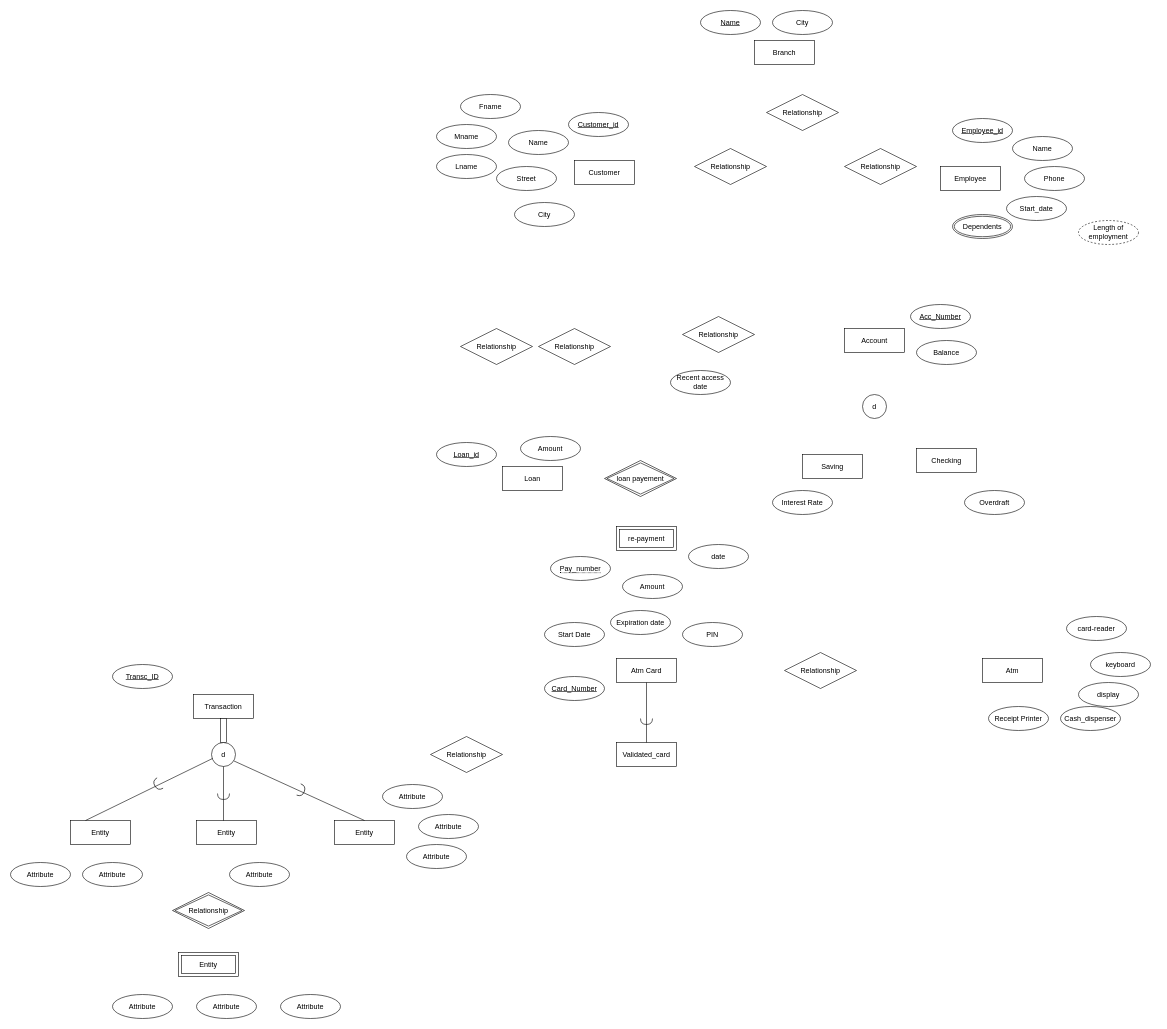
The draw.io diagram Lab3.drawio in MuhammadIrfan92/Database-Engineering-Semester-7, before the edit. Source tidied: cells renumbered, new cells numbered last; positions are measured from the earlier drawing's top-left corner, leaving out a move shared by most shapes. Both pictures are drawn from the tidied source at 60%, with x=0, y=0 at pixel (10, 10).
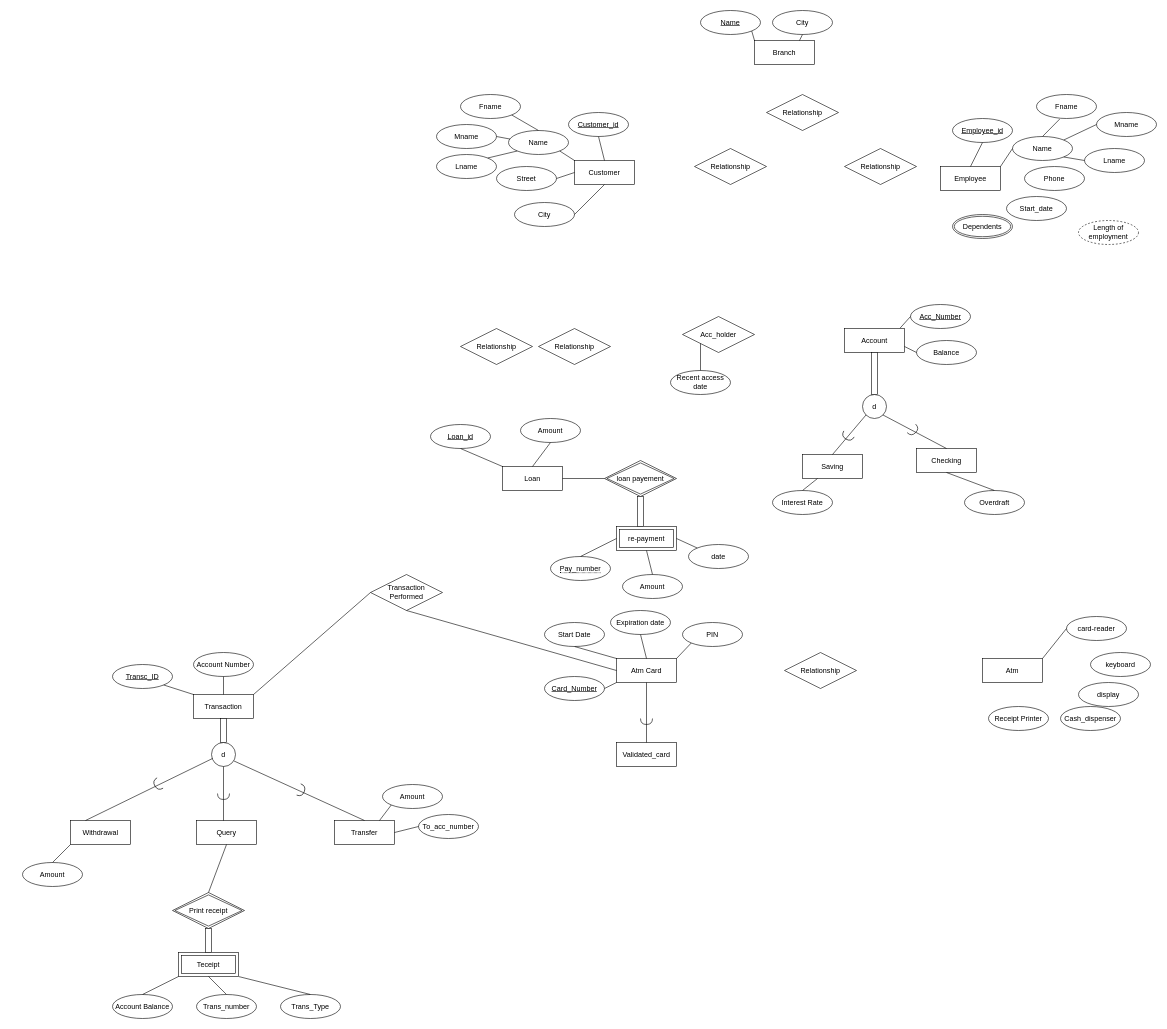
After the change.

Unchanged cells that the change refers to:
```xml
<mxCell id="2" value="Branch" style="whiteSpace=wrap;html=1;align=center;" parent="1" vertex="1">
<mxCell id="3" value="Name" style="ellipse;whiteSpace=wrap;html=1;align=center;fontStyle=4;" parent="1" vertex="1">
<mxCell id="4" value="City" style="ellipse;whiteSpace=wrap;html=1;align=center;" parent="1" vertex="1">
<mxCell id="5" value="Customer" style="whiteSpace=wrap;html=1;align=center;" parent="1" vertex="1">
<mxCell id="6" value="Customer_id" style="ellipse;whiteSpace=wrap;html=1;align=center;fontStyle=4;" parent="1" vertex="1">
<mxCell id="7" value="Name" style="ellipse;whiteSpace=wrap;html=1;align=center;" parent="1" vertex="1">
<mxCell id="8" value="Street" style="ellipse;whiteSpace=wrap;html=1;align=center;" parent="1" vertex="1">
<mxCell id="9" value="City" style="ellipse;whiteSpace=wrap;html=1;align=center;" parent="1" vertex="1">
<mxCell id="10" value="Employee" style="whiteSpace=wrap;html=1;align=center;" parent="1" vertex="1">
<mxCell id="11" value="Name" style="ellipse;whiteSpace=wrap;html=1;align=center;" parent="1" vertex="1">
<mxCell id="12" value="Employee_id" style="ellipse;whiteSpace=wrap;html=1;align=center;fontStyle=4;" parent="1" vertex="1">
<mxCell id="16" value="Account" style="whiteSpace=wrap;html=1;align=center;" parent="1" vertex="1">
<mxCell id="17" value="Balance" style="ellipse;whiteSpace=wrap;html=1;align=center;" parent="1" vertex="1">
<mxCell id="18" value="Acc_Number" style="ellipse;whiteSpace=wrap;html=1;align=center;fontStyle=4;" parent="1" vertex="1">
<mxCell id="19" style="ellipse;whiteSpace=wrap;html=1;" parent="1" vertex="1">
<mxCell id="20" value="Checking" style="whiteSpace=wrap;html=1;align=center;" parent="1" vertex="1">
<mxCell id="21" value="Saving" style="whiteSpace=wrap;html=1;align=center;" parent="1" vertex="1">
<mxCell id="22" value="Overdraft" style="ellipse;whiteSpace=wrap;html=1;align=center;" parent="1" vertex="1">
<mxCell id="23" value="Interest Rate" style="ellipse;whiteSpace=wrap;html=1;align=center;" parent="1" vertex="1">
<mxCell id="25" value="Recent access date" style="ellipse;whiteSpace=wrap;html=1;align=center;" parent="1" vertex="1">
<mxCell id="31" value="Loan" style="whiteSpace=wrap;html=1;align=center;" parent="1" vertex="1">
<mxCell id="34" value="loan payement" style="shape=rhombus;double=1;perimeter=rhombusPerimeter;whiteSpace=wrap;html=1;align=center;" parent="1" vertex="1">
<mxCell id="35" value="re-payment" style="shape=ext;margin=3;double=1;whiteSpace=wrap;html=1;align=center;" parent="1" vertex="1">
<mxCell id="36" value="date" style="ellipse;whiteSpace=wrap;html=1;align=center;" parent="1" vertex="1">
<mxCell id="37" value="Amount" style="ellipse;whiteSpace=wrap;html=1;align=center;" parent="1" vertex="1">
<mxCell id="38" value="&lt;span style=&quot;border-bottom: 1px dotted&quot;&gt;Pay_number&lt;/span&gt;" style="ellipse;whiteSpace=wrap;html=1;align=center;" parent="1" vertex="1">
<mxCell id="39" value="Atm" style="whiteSpace=wrap;html=1;align=center;" parent="1" vertex="1">
<mxCell id="40" value="card-reader" style="ellipse;whiteSpace=wrap;html=1;align=center;" parent="1" vertex="1">
<mxCell id="45" value="Atm Card" style="whiteSpace=wrap;html=1;align=center;" parent="1" vertex="1">
<mxCell id="46" value="PIN" style="ellipse;whiteSpace=wrap;html=1;align=center;" parent="1" vertex="1">
<mxCell id="47" value="Expiration date" style="ellipse;whiteSpace=wrap;html=1;align=center;" parent="1" vertex="1">
<mxCell id="48" value="Start Date" style="ellipse;whiteSpace=wrap;html=1;align=center;" parent="1" vertex="1">
<mxCell id="49" value="Card_Number" style="ellipse;whiteSpace=wrap;html=1;align=center;fontStyle=4;" parent="1" vertex="1">
<mxCell id="53" value="Transaction" style="whiteSpace=wrap;html=1;align=center;" parent="1" vertex="1">
<mxCell id="55" value="Transc_ID" style="ellipse;whiteSpace=wrap;html=1;align=center;fontStyle=4;" parent="1" vertex="1">
<mxCell id="70" value="Lname" style="ellipse;whiteSpace=wrap;html=1;align=center;" parent="1" vertex="1">
<mxCell id="71" value="Mname" style="ellipse;whiteSpace=wrap;html=1;align=center;" parent="1" vertex="1">
<mxCell id="72" value="Fname" style="ellipse;whiteSpace=wrap;html=1;align=center;" parent="1" vertex="1">
```

Change to the diagram source:
```diff
@@
-    <mxCell id="24" value="Relationship" style="shape=rhombus;perimeter=rhombusPerimeter;whiteSpace=wrap;html=1;align=center;" parent="1" vertex="1">
+    <mxCell id="24" value="Acc_holder" style="shape=rhombus;perimeter=rhombusPerimeter;whiteSpace=wrap;html=1;align=center;" parent="1" vertex="1">
       <mxGeometry x="1120" y="510" width="120" height="60" as="geometry" />
     </mxCell>
@@
     <mxCell id="32" value="Loan_id" style="ellipse;whiteSpace=wrap;html=1;align=center;fontStyle=4;" parent="1" vertex="1">
-      <mxGeometry x="710" y="720" width="100" height="40" as="geometry" />
+      <mxGeometry x="700" y="690" width="100" height="40" as="geometry" />
     </mxCell>
     <mxCell id="33" value="Amount" style="ellipse;whiteSpace=wrap;html=1;align=center;" parent="1" vertex="1">
-      <mxGeometry x="850" y="710" width="100" height="40" as="geometry" />
+      <mxGeometry x="850" y="680" width="100" height="40" as="geometry" />
     </mxCell>
@@
-    <mxCell id="52" value="Relationship" style="shape=rhombus;perimeter=rhombusPerimeter;whiteSpace=wrap;html=1;align=center;" parent="1" vertex="1">
-      <mxGeometry x="700" y="1210" width="120" height="60" as="geometry" />
+    <mxCell id="52" value="Transaction&lt;br&gt;Performed" style="shape=rhombus;perimeter=rhombusPerimeter;whiteSpace=wrap;html=1;align=center;" parent="1" vertex="1">
+      <mxGeometry x="600" y="940" width="120" height="60" as="geometry" />
     </mxCell>
@@
-    <mxCell id="56" value="Entity" style="whiteSpace=wrap;html=1;align=center;" parent="1" vertex="1">
+    <mxCell id="56" value="Transfer" style="whiteSpace=wrap;html=1;align=center;" parent="1" vertex="1">
       <mxGeometry x="540" y="1350" width="100" height="40" as="geometry" />
     </mxCell>
-    <mxCell id="57" value="Entity" style="whiteSpace=wrap;html=1;align=center;" parent="1" vertex="1">
+    <mxCell id="57" value="Query" style="whiteSpace=wrap;html=1;align=center;" parent="1" vertex="1">
       <mxGeometry x="310" y="1350" width="100" height="40" as="geometry" />
     </mxCell>
-    <mxCell id="58" value="Entity" style="whiteSpace=wrap;html=1;align=center;" parent="1" vertex="1">
+    <mxCell id="58" value="Withdrawal" style="whiteSpace=wrap;html=1;align=center;" parent="1" vertex="1">
       <mxGeometry x="100" y="1350" width="100" height="40" as="geometry" />
     </mxCell>
-    <mxCell id="59" value="Attribute" style="ellipse;whiteSpace=wrap;html=1;align=center;" parent="1" vertex="1">
-      <mxGeometry y="1420" width="100" height="40" as="geometry" />
-    </mxCell>
-    <mxCell id="60" value="Attribute" style="ellipse;whiteSpace=wrap;html=1;align=center;" parent="1" vertex="1">
-      <mxGeometry x="120" y="1420" width="100" height="40" as="geometry" />
+    <mxCell id="60" value="Amount" style="ellipse;whiteSpace=wrap;html=1;align=center;" parent="1" vertex="1">
+      <mxGeometry x="20" y="1420" width="100" height="40" as="geometry" />
     </mxCell>
-    <mxCell id="61" value="Attribute" style="ellipse;whiteSpace=wrap;html=1;align=center;" parent="1" vertex="1">
-      <mxGeometry x="365" y="1420" width="100" height="40" as="geometry" />
-    </mxCell>
-    <mxCell id="62" value="Relationship" style="shape=rhombus;double=1;perimeter=rhombusPerimeter;whiteSpace=wrap;html=1;align=center;" parent="1" vertex="1">
+    <mxCell id="62" value="Print receipt" style="shape=rhombus;double=1;perimeter=rhombusPerimeter;whiteSpace=wrap;html=1;align=center;" parent="1" vertex="1">
       <mxGeometry x="270" y="1470" width="120" height="60" as="geometry" />
     </mxCell>
-    <mxCell id="63" value="Entity" style="shape=ext;margin=3;double=1;whiteSpace=wrap;html=1;align=center;" parent="1" vertex="1">
+    <mxCell id="63" value="Teceipt" style="shape=ext;margin=3;double=1;whiteSpace=wrap;html=1;align=center;" parent="1" vertex="1">
       <mxGeometry x="280" y="1570" width="100" height="40" as="geometry" />
     </mxCell>
-    <mxCell id="64" value="Attribute" style="ellipse;whiteSpace=wrap;html=1;align=center;" parent="1" vertex="1">
+    <mxCell id="64" value="Account Balance" style="ellipse;whiteSpace=wrap;html=1;align=center;" parent="1" vertex="1">
       <mxGeometry x="170" y="1640" width="100" height="40" as="geometry" />
     </mxCell>
-    <mxCell id="65" value="Attribute" style="ellipse;whiteSpace=wrap;html=1;align=center;" parent="1" vertex="1">
+    <mxCell id="65" value="Trans_number" style="ellipse;whiteSpace=wrap;html=1;align=center;" parent="1" vertex="1">
       <mxGeometry x="310" y="1640" width="100" height="40" as="geometry" />
     </mxCell>
-    <mxCell id="66" value="Attribute" style="ellipse;whiteSpace=wrap;html=1;align=center;" parent="1" vertex="1">
+    <mxCell id="66" value="Trans_Type" style="ellipse;whiteSpace=wrap;html=1;align=center;" parent="1" vertex="1">
       <mxGeometry x="450" y="1640" width="100" height="40" as="geometry" />
     </mxCell>
-    <mxCell id="67" value="Attribute" style="ellipse;whiteSpace=wrap;html=1;align=center;" parent="1" vertex="1">
+    <mxCell id="67" value="Amount" style="ellipse;whiteSpace=wrap;html=1;align=center;" parent="1" vertex="1">
       <mxGeometry x="620" y="1290" width="100" height="40" as="geometry" />
     </mxCell>
-    <mxCell id="68" value="Attribute" style="ellipse;whiteSpace=wrap;html=1;align=center;" parent="1" vertex="1">
+    <mxCell id="68" value="To_acc_number" style="ellipse;whiteSpace=wrap;html=1;align=center;" parent="1" vertex="1">
       <mxGeometry x="680" y="1340" width="100" height="40" as="geometry" />
     </mxCell>
-    <mxCell id="69" value="Attribute" style="ellipse;whiteSpace=wrap;html=1;align=center;" parent="1" vertex="1">
-      <mxGeometry x="660" y="1390" width="100" height="40" as="geometry" />
-    </mxCell>
@@
+    <mxCell id="85" value="Account Number" style="ellipse;whiteSpace=wrap;html=1;align=center;" parent="1" vertex="1">
+      <mxGeometry x="305" y="1070" width="100" height="40" as="geometry" />
+    </mxCell>
+    <mxCell id="86" style="endArrow=none;html=1;exitX=0.5;exitY=1;exitDx=0;exitDy=0;entryX=0.5;entryY=0;entryDx=0;entryDy=0;" parent="1" edge="1" source="85" target="53">
+      <mxGeometry relative="1" as="geometry" />
+    </mxCell>
+    <mxCell id="87" style="endArrow=none;html=1;exitX=1;exitY=1;exitDx=0;exitDy=0;entryX=0;entryY=0;entryDx=0;entryDy=0;" parent="1" edge="1" source="55" target="53">
+      <mxGeometry relative="1" as="geometry" />
+    </mxCell>
+    <mxCell id="88" style="endArrow=none;html=1;entryX=0;entryY=1;entryDx=0;entryDy=0;exitX=0.5;exitY=0;exitDx=0;exitDy=0;" parent="1" edge="1" source="60" target="58">
+      <mxGeometry relative="1" as="geometry" />
+    </mxCell>
+    <mxCell id="89" style="html=1;perimeter=orthogonalPerimeter;" parent="1" vertex="1">
+      <mxGeometry x="325" y="1530" width="10" height="40" as="geometry" />
+    </mxCell>
+    <mxCell id="90" style="endArrow=none;html=1;entryX=0.5;entryY=1;entryDx=0;entryDy=0;exitX=0.5;exitY=0;exitDx=0;exitDy=0;" parent="1" edge="1" source="62" target="57">
+      <mxGeometry relative="1" as="geometry" />
+    </mxCell>
+    <mxCell id="91" style="endArrow=none;html=1;exitX=0.5;exitY=0;exitDx=0;exitDy=0;entryX=0;entryY=1;entryDx=0;entryDy=0;" parent="1" edge="1" source="64" target="63">
+      <mxGeometry relative="1" as="geometry" />
+    </mxCell>
+    <mxCell id="92" style="endArrow=none;html=1;exitX=0.5;exitY=1;exitDx=0;exitDy=0;entryX=0.5;entryY=0;entryDx=0;entryDy=0;" parent="1" edge="1" source="63" target="65">
+      <mxGeometry relative="1" as="geometry" />
+    </mxCell>
+    <mxCell id="93" style="endArrow=none;html=1;exitX=1;exitY=1;exitDx=0;exitDy=0;entryX=0.5;entryY=0;entryDx=0;entryDy=0;" parent="1" edge="1" source="63" target="66">
+      <mxGeometry relative="1" as="geometry" />
+    </mxCell>
+    <mxCell id="94" style="endArrow=none;html=1;exitX=0.75;exitY=0;exitDx=0;exitDy=0;entryX=0;entryY=1;entryDx=0;entryDy=0;" parent="1" edge="1" source="56" target="67">
+      <mxGeometry relative="1" as="geometry" />
+    </mxCell>
+    <mxCell id="95" style="endArrow=none;html=1;exitX=1;exitY=0.5;exitDx=0;exitDy=0;entryX=0;entryY=0.5;entryDx=0;entryDy=0;" parent="1" edge="1" source="56" target="68">
+      <mxGeometry relative="1" as="geometry" />
+    </mxCell>
+    <mxCell id="96" style="endArrow=none;html=1;exitX=1;exitY=0;exitDx=0;exitDy=0;entryX=0;entryY=0.5;entryDx=0;entryDy=0;" parent="1" edge="1" source="53" target="52">
+      <mxGeometry relative="1" as="geometry" />
+    </mxCell>
+    <mxCell id="97" style="endArrow=none;html=1;entryX=0;entryY=0.5;entryDx=0;entryDy=0;exitX=0.5;exitY=1;exitDx=0;exitDy=0;" parent="1" edge="1" source="52" target="45">
+      <mxGeometry relative="1" as="geometry" />
+    </mxCell>
+    <mxCell id="98" style="endArrow=none;html=1;exitX=1;exitY=0.5;exitDx=0;exitDy=0;entryX=0;entryY=1;entryDx=0;entryDy=0;" parent="1" edge="1" source="49" target="45">
+      <mxGeometry relative="1" as="geometry" />
+    </mxCell>
+    <mxCell id="99" style="endArrow=none;html=1;exitX=0.5;exitY=1;exitDx=0;exitDy=0;entryX=0;entryY=0;entryDx=0;entryDy=0;" parent="1" edge="1" source="48" target="45">
+      <mxGeometry relative="1" as="geometry" />
+    </mxCell>
+    <mxCell id="100" style="endArrow=none;html=1;exitX=0.5;exitY=1;exitDx=0;exitDy=0;entryX=0.5;entryY=0;entryDx=0;entryDy=0;" parent="1" edge="1" source="47" target="45">
+      <mxGeometry relative="1" as="geometry" />
+    </mxCell>
+    <mxCell id="101" style="endArrow=none;html=1;exitX=1;exitY=0;exitDx=0;exitDy=0;entryX=0;entryY=1;entryDx=0;entryDy=0;" parent="1" edge="1" source="45" target="46">
+      <mxGeometry relative="1" as="geometry" />
+    </mxCell>
+    <mxCell id="102" style="endArrow=none;html=1;exitX=0.5;exitY=0;exitDx=0;exitDy=0;entryX=0;entryY=0.5;entryDx=0;entryDy=0;" parent="1" edge="1" source="38" target="35">
+      <mxGeometry relative="1" as="geometry" />
+    </mxCell>
+    <mxCell id="103" style="endArrow=none;html=1;entryX=0.5;entryY=1;entryDx=0;entryDy=0;exitX=0.5;exitY=0;exitDx=0;exitDy=0;" parent="1" edge="1" source="37" target="35">
+      <mxGeometry relative="1" as="geometry" />
+    </mxCell>
+    <mxCell id="104" style="endArrow=none;html=1;entryX=1;entryY=0.5;entryDx=0;entryDy=0;exitX=0;exitY=0;exitDx=0;exitDy=0;" parent="1" edge="1" source="36" target="35">
+      <mxGeometry relative="1" as="geometry" />
+    </mxCell>
+    <mxCell id="105" style="endArrow=none;html=1;entryX=0.5;entryY=1;entryDx=0;entryDy=0;exitX=0.5;exitY=0;exitDx=0;exitDy=0;" parent="1" edge="1" source="31" target="33">
+      <mxGeometry relative="1" as="geometry" />
+    </mxCell>
+    <mxCell id="106" style="endArrow=none;html=1;entryX=0.5;entryY=1;entryDx=0;entryDy=0;exitX=0;exitY=0;exitDx=0;exitDy=0;" parent="1" edge="1" source="31" target="32">
+      <mxGeometry relative="1" as="geometry" />
+    </mxCell>
+    <mxCell id="107" style="endArrow=none;html=1;exitX=1;exitY=0.5;exitDx=0;exitDy=0;entryX=0;entryY=0.5;entryDx=0;entryDy=0;" parent="1" edge="1" source="31" target="34">
+      <mxGeometry relative="1" as="geometry" />
+    </mxCell>
+    <mxCell id="108" style="html=1;perimeter=orthogonalPerimeter;" parent="1" vertex="1">
+      <mxGeometry x="1045" y="810" width="10" height="50" as="geometry" />
+    </mxCell>
+    <mxCell id="109" style="endArrow=none;html=1;exitX=0.5;exitY=0;exitDx=0;exitDy=0;entryX=0.25;entryY=1;entryDx=0;entryDy=0;" parent="1" edge="1" source="23" target="21">
+      <mxGeometry relative="1" as="geometry" />
+    </mxCell>
+    <mxCell id="110" style="endArrow=none;html=1;entryX=0.5;entryY=1;entryDx=0;entryDy=0;exitX=0.5;exitY=0;exitDx=0;exitDy=0;" parent="1" edge="1" source="22" target="20">
+      <mxGeometry relative="1" as="geometry" />
+    </mxCell>
+    <mxCell id="111" style="html=1;perimeter=orthogonalPerimeter;" parent="1" vertex="1">
+      <mxGeometry x="1435" y="570" width="10" height="70" as="geometry" />
+    </mxCell>
+    <mxCell id="112" style="shape=requiredInterface;html=1;verticalLabelPosition=bottom;rotation=45;" parent="1" vertex="1">
+      <mxGeometry x="1500" y="690" width="10" height="20" as="geometry" />
+    </mxCell>
+    <mxCell id="113" style="shape=requiredInterface;html=1;verticalLabelPosition=bottom;rotation=120;" parent="1" vertex="1">
+      <mxGeometry x="1390" y="700" width="10" height="20" as="geometry" />
+    </mxCell>
+    <mxCell id="114" style="endArrow=none;html=1;exitX=1;exitY=1;exitDx=0;exitDy=0;entryX=0.5;entryY=0;entryDx=0;entryDy=0;" parent="1" edge="1" source="19" target="20">
+      <mxGeometry relative="1" as="geometry" />
+    </mxCell>
+    <mxCell id="115" style="endArrow=none;html=1;exitX=0.5;exitY=0;exitDx=0;exitDy=0;entryX=0;entryY=1;entryDx=0;entryDy=0;" parent="1" edge="1" source="21" target="19">
+      <mxGeometry relative="1" as="geometry" />
+    </mxCell>
+    <mxCell id="116" style="endArrow=none;html=1;exitX=1;exitY=0.75;exitDx=0;exitDy=0;entryX=0;entryY=0.5;entryDx=0;entryDy=0;" parent="1" edge="1" source="16" target="17">
+      <mxGeometry relative="1" as="geometry" />
+    </mxCell>
+    <mxCell id="117" style="endArrow=none;html=1;exitX=0.927;exitY=-0.017;exitDx=0;exitDy=0;exitPerimeter=0;entryX=0;entryY=0.5;entryDx=0;entryDy=0;" parent="1" edge="1" source="16" target="18">
+      <mxGeometry relative="1" as="geometry" />
+    </mxCell>
+    <mxCell id="118" style="endArrow=none;html=1;entryX=0;entryY=1;entryDx=0;entryDy=0;exitX=0.5;exitY=0;exitDx=0;exitDy=0;" parent="1" edge="1" source="25" target="24">
+      <mxGeometry relative="1" as="geometry" />
+    </mxCell>
+    <mxCell id="119" style="endArrow=none;html=1;entryX=0.5;entryY=1;entryDx=0;entryDy=0;exitX=0.5;exitY=0;exitDx=0;exitDy=0;" parent="1" edge="1" source="5" target="6">
+      <mxGeometry relative="1" as="geometry" />
+    </mxCell>
+    <mxCell id="120" style="endArrow=none;html=1;entryX=1;entryY=1;entryDx=0;entryDy=0;" parent="1" edge="1" target="7">
+      <mxGeometry relative="1" as="geometry">
+        <mxPoint x="940" y="250" as="sourcePoint" />
+      </mxGeometry>
+    </mxCell>
+    <mxCell id="121" style="endArrow=none;html=1;exitX=1;exitY=0.5;exitDx=0;exitDy=0;entryX=0;entryY=0.5;entryDx=0;entryDy=0;" parent="1" edge="1" source="8" target="5">
+      <mxGeometry relative="1" as="geometry" />
+    </mxCell>
+    <mxCell id="122" style="endArrow=none;html=1;exitX=1;exitY=0.5;exitDx=0;exitDy=0;entryX=0.5;entryY=1;entryDx=0;entryDy=0;" parent="1" edge="1" source="9" target="5">
+      <mxGeometry relative="1" as="geometry" />
+    </mxCell>
+    <mxCell id="123" style="endArrow=none;html=1;exitX=1;exitY=0;exitDx=0;exitDy=0;entryX=0;entryY=1;entryDx=0;entryDy=0;" parent="1" edge="1" source="70" target="7">
+      <mxGeometry relative="1" as="geometry" />
+    </mxCell>
+    <mxCell id="124" style="endArrow=none;html=1;exitX=1;exitY=0.5;exitDx=0;exitDy=0;entryX=0.026;entryY=0.357;entryDx=0;entryDy=0;entryPerimeter=0;" parent="1" edge="1" source="71" target="7">
+      <mxGeometry relative="1" as="geometry" />
+    </mxCell>
+    <mxCell id="125" style="endArrow=none;html=1;exitX=1;exitY=1;exitDx=0;exitDy=0;entryX=0.5;entryY=0;entryDx=0;entryDy=0;" parent="1" edge="1" source="72" target="7">
+      <mxGeometry relative="1" as="geometry" />
+    </mxCell>
+    <mxCell id="126" style="endArrow=none;html=1;entryX=0.5;entryY=0;entryDx=0;entryDy=0;exitX=0.5;exitY=1;exitDx=0;exitDy=0;" parent="1" edge="1" source="12" target="10">
+      <mxGeometry relative="1" as="geometry" />
+    </mxCell>
+    <mxCell id="127" style="endArrow=none;html=1;exitX=1;exitY=0;exitDx=0;exitDy=0;entryX=0;entryY=0.5;entryDx=0;entryDy=0;" parent="1" edge="1" source="10" target="11">
+      <mxGeometry relative="1" as="geometry" />
+    </mxCell>
+    <mxCell id="128" value="Lname" style="ellipse;whiteSpace=wrap;html=1;align=center;" parent="1" vertex="1">
+      <mxGeometry x="1790" y="230" width="100" height="40" as="geometry" />
+    </mxCell>
+    <mxCell id="129" value="Mname" style="ellipse;whiteSpace=wrap;html=1;align=center;" parent="1" vertex="1">
+      <mxGeometry x="1810" y="170" width="100" height="40" as="geometry" />
+    </mxCell>
+    <mxCell id="130" value="Fname" style="ellipse;whiteSpace=wrap;html=1;align=center;" parent="1" vertex="1">
+      <mxGeometry x="1710" y="140" width="100" height="40" as="geometry" />
+    </mxCell>
+    <mxCell id="131" style="endArrow=none;html=1;entryX=0.387;entryY=1.023;entryDx=0;entryDy=0;entryPerimeter=0;exitX=0.5;exitY=0;exitDx=0;exitDy=0;" parent="1" edge="1" source="11" target="130">
+      <mxGeometry relative="1" as="geometry" />
+    </mxCell>
+    <mxCell id="132" style="endArrow=none;html=1;entryX=0;entryY=0.5;entryDx=0;entryDy=0;exitX=1;exitY=0;exitDx=0;exitDy=0;" parent="1" edge="1" source="11" target="129">
+      <mxGeometry relative="1" as="geometry" />
+    </mxCell>
+    <mxCell id="133" style="endArrow=none;html=1;entryX=0;entryY=0.5;entryDx=0;entryDy=0;exitX=1;exitY=1;exitDx=0;exitDy=0;" parent="1" edge="1" source="11" target="128">
+      <mxGeometry relative="1" as="geometry" />
+    </mxCell>
+    <mxCell id="134" style="endArrow=none;html=1;entryX=0.5;entryY=1;entryDx=0;entryDy=0;exitX=0.75;exitY=0;exitDx=0;exitDy=0;" parent="1" edge="1" source="2" target="4">
+      <mxGeometry relative="1" as="geometry" />
+    </mxCell>
+    <mxCell id="135" style="endArrow=none;html=1;entryX=1;entryY=1;entryDx=0;entryDy=0;exitX=0;exitY=0;exitDx=0;exitDy=0;" parent="1" edge="1" source="2" target="3">
+      <mxGeometry relative="1" as="geometry" />
+    </mxCell>
+    <mxCell id="136" style="endArrow=none;html=1;exitX=1;exitY=0;exitDx=0;exitDy=0;entryX=0;entryY=0.5;entryDx=0;entryDy=0;" parent="1" edge="1" source="39" target="40">
+      <mxGeometry relative="1" as="geometry" />
+    </mxCell>
```
